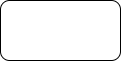
This is 未命名绘图.drawio.png from lynxswf/lynxswf, a draw.io export, as it was before one commit. Source tidied: cells renumbered, new cells last; positions are measured from the earlier drawing's top-left corner, leaving out a move shared by most shapes. Source of this version:
```xml
<mxGraphModel>
  <root>
    <mxCell id="0" />
    <mxCell id="1" parent="0" />
    <mxCell id="2" style="rounded=1;whiteSpace=wrap;html=1;" parent="1" vertex="1">
      <mxGeometry width="120" height="60" as="geometry" />
    </mxCell>
  </root>
</mxGraphModel>
```
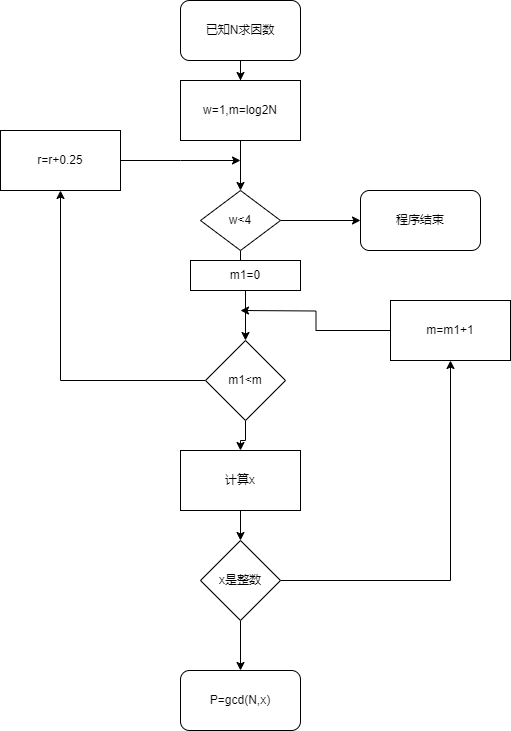
The same file after the commit.

Diff of the diagram source:
```diff
@@ -1,9 +1,79 @@
-<mxGraphModel>
+<mxGraphModel math="1">
   <root>
     <mxCell id="0" />
     <mxCell id="1" parent="0" />
+    <mxCell id="3" style="edgeStyle=orthogonalEdgeStyle;rounded=0;jettySize=auto;html=1;" parent="1" edge="1" source="2" target="5">
+      <mxGeometry relative="1" as="geometry" />
+    </mxCell>
-    <mxCell id="2" style="rounded=1;whiteSpace=wrap;html=1;" parent="1" vertex="1">
+    <mxCell id="2" value="已知N求因数" style="rounded=1;whiteSpace=wrap;html=1;" parent="1" vertex="1">
       <mxGeometry width="120" height="60" as="geometry" />
     </mxCell>
+    <mxCell id="4" style="edgeStyle=orthogonalEdgeStyle;rounded=0;jettySize=auto;html=1;" parent="1" edge="1" source="5" target="8">
+      <mxGeometry relative="1" as="geometry" />
+    </mxCell>
+    <mxCell id="5" value="w=1,m=log2N" style="rounded=0;whiteSpace=wrap;html=1;" parent="1" vertex="1">
+      <mxGeometry y="80" width="120" height="60" as="geometry" />
+    </mxCell>
+    <mxCell id="6" style="edgeStyle=orthogonalEdgeStyle;rounded=0;jettySize=auto;html=1;" parent="1" edge="1" source="8" target="10">
+      <mxGeometry relative="1" as="geometry" />
+    </mxCell>
+    <mxCell id="7" style="edgeStyle=orthogonalEdgeStyle;rounded=0;jettySize=auto;html=1;" parent="1" edge="1" source="8" target="22">
+      <mxGeometry relative="1" as="geometry" />
+    </mxCell>
+    <mxCell id="8" value="w&amp;lt;4" style="rhombus;whiteSpace=wrap;html=1;" parent="1" vertex="1">
+      <mxGeometry x="20" y="190" width="80" height="60" as="geometry" />
+    </mxCell>
+    <mxCell id="9" style="edgeStyle=orthogonalEdgeStyle;rounded=0;jettySize=auto;html=1;" parent="1" edge="1" source="10" target="13">
+      <mxGeometry relative="1" as="geometry" />
+    </mxCell>
+    <mxCell id="10" value="m1=0" style="rounded=0;whiteSpace=wrap;html=1;" parent="1" vertex="1">
+      <mxGeometry x="10" y="260" width="110" height="30" as="geometry" />
+    </mxCell>
+    <mxCell id="11" style="edgeStyle=orthogonalEdgeStyle;rounded=0;jettySize=auto;html=1;" parent="1" edge="1" source="13" target="15">
+      <mxGeometry relative="1" as="geometry" />
+    </mxCell>
+    <mxCell id="12" style="edgeStyle=orthogonalEdgeStyle;rounded=0;jettySize=auto;html=1;" parent="1" edge="1" source="13" target="21">
+      <mxGeometry relative="1" as="geometry" />
+    </mxCell>
+    <mxCell id="13" value="m1&amp;lt;m" style="rhombus;whiteSpace=wrap;html=1;" parent="1" vertex="1">
+      <mxGeometry x="25" y="340" width="80" height="80" as="geometry" />
+    </mxCell>
+    <mxCell id="14" style="edgeStyle=orthogonalEdgeStyle;rounded=0;jettySize=auto;html=1;" parent="1" edge="1" source="15" target="18">
+      <mxGeometry relative="1" as="geometry" />
+    </mxCell>
+    <mxCell id="15" value="计算x" style="rounded=0;whiteSpace=wrap;html=1;" parent="1" vertex="1">
+      <mxGeometry y="450" width="120" height="60" as="geometry" />
+    </mxCell>
+    <mxCell id="16" style="edgeStyle=orthogonalEdgeStyle;rounded=0;jettySize=auto;html=1;" parent="1" edge="1" source="18" target="19">
+      <mxGeometry relative="1" as="geometry" />
+    </mxCell>
+    <mxCell id="17" style="edgeStyle=orthogonalEdgeStyle;rounded=0;jettySize=auto;html=1;" parent="1" edge="1" source="18" target="24">
+      <mxGeometry relative="1" as="geometry" />
+    </mxCell>
+    <mxCell id="18" value="x是整数" style="rhombus;whiteSpace=wrap;html=1;" parent="1" vertex="1">
+      <mxGeometry x="20" y="540" width="80" height="80" as="geometry" />
+    </mxCell>
+    <mxCell id="19" value="P=gcd(N,x)" style="rounded=1;whiteSpace=wrap;html=1;" parent="1" vertex="1">
+      <mxGeometry y="670" width="120" height="60" as="geometry" />
+    </mxCell>
+    <mxCell id="20" style="edgeStyle=orthogonalEdgeStyle;rounded=0;jettySize=auto;html=1;" parent="1" edge="1" source="21">
+      <mxGeometry relative="1" as="geometry">
+        <mxPoint x="60" y="160" as="targetPoint" />
+      </mxGeometry>
+    </mxCell>
+    <mxCell id="21" value="r=r+0.25" style="rounded=0;whiteSpace=wrap;html=1;" parent="1" vertex="1">
+      <mxGeometry x="-180" y="130" width="120" height="60" as="geometry" />
+    </mxCell>
+    <mxCell id="22" value="程序结束" style="rounded=1;whiteSpace=wrap;html=1;" parent="1" vertex="1">
+      <mxGeometry x="180" y="190" width="120" height="60" as="geometry" />
+    </mxCell>
+    <mxCell id="23" style="edgeStyle=orthogonalEdgeStyle;rounded=0;jettySize=auto;html=1;" parent="1" edge="1" source="24">
+      <mxGeometry relative="1" as="geometry">
+        <mxPoint x="60" y="310" as="targetPoint" />
+      </mxGeometry>
+    </mxCell>
+    <mxCell id="24" value="m=m1+1" style="rounded=0;whiteSpace=wrap;html=1;" parent="1" vertex="1">
+      <mxGeometry x="210" y="300" width="120" height="60" as="geometry" />
+    </mxCell>
   </root>
 </mxGraphModel>
```
